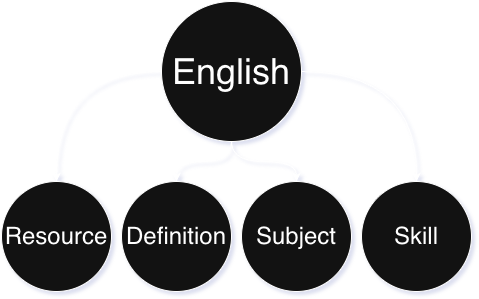
This is design/general.png from kashanimorteza/english_document, a draw.io export, as it was before one commit. Source tidied: cells renumbered, new cells last; positions are measured from the earlier drawing's top-left corner, leaving out a move shared by most shapes.
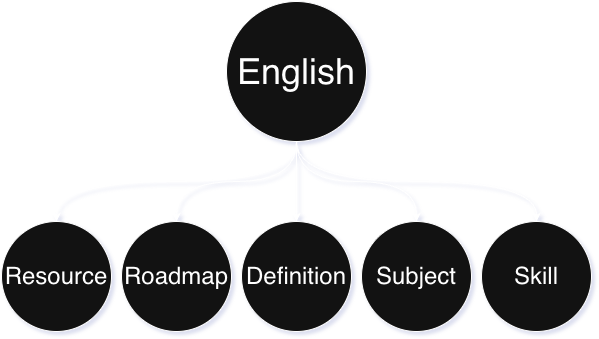
After the commit.

What changed in the source:
```diff
@@ -2,20 +2,20 @@
   <root>
     <mxCell id="0" />
     <mxCell id="1" parent="0" />
-    <mxCell id="2" style="edgeStyle=orthogonalEdgeStyle;rounded=0;jettySize=auto;html=1;curved=1;" parent="1" edge="1" source="6" target="7">
+    <mxCell id="2" style="edgeStyle=orthogonalEdgeStyle;rounded=0;jettySize=auto;html=1;curved=1;exitX=0.5;exitY=1;exitDx=0;exitDy=0;" parent="1" edge="1" source="6" target="7">
       <mxGeometry relative="1" as="geometry" />
     </mxCell>
-    <mxCell id="3" style="edgeStyle=orthogonalEdgeStyle;rounded=0;jettySize=auto;html=1;curved=1;" parent="1" edge="1" source="6" target="8">
+    <mxCell id="3" style="edgeStyle=orthogonalEdgeStyle;rounded=0;jettySize=auto;html=1;curved=1;exitX=0.5;exitY=1;exitDx=0;exitDy=0;" parent="1" edge="1" source="6" target="8">
       <mxGeometry relative="1" as="geometry" />
     </mxCell>
     <mxCell id="4" style="edgeStyle=orthogonalEdgeStyle;rounded=0;jettySize=auto;html=1;curved=1;" parent="1" edge="1" source="6" target="9">
       <mxGeometry relative="1" as="geometry" />
     </mxCell>
-    <mxCell id="5" style="edgeStyle=orthogonalEdgeStyle;rounded=0;jettySize=auto;html=1;strokeColor=default;align=center;verticalAlign=middle;fontFamily=Helvetica;fontSize=11;fontColor=default;labelBackgroundColor=default;endArrow=classic;curved=1;" parent="1" edge="1" source="6" target="10">
+    <mxCell id="5" style="edgeStyle=orthogonalEdgeStyle;rounded=0;jettySize=auto;html=1;strokeColor=default;align=center;verticalAlign=middle;fontFamily=Helvetica;fontSize=11;fontColor=default;labelBackgroundColor=default;endArrow=classic;curved=1;exitX=0.5;exitY=1;exitDx=0;exitDy=0;" parent="1" edge="1" source="6" target="10">
       <mxGeometry relative="1" as="geometry" />
     </mxCell>
     <mxCell id="6" value="&lt;font style=&quot;font-size: 36px;&quot;&gt;English&lt;/font&gt;" style="ellipse;whiteSpace=wrap;html=1;" parent="1" vertex="1">
-      <mxGeometry x="160" width="140" height="140" as="geometry" />
+      <mxGeometry x="105" y="-40" width="140" height="140" as="geometry" />
     </mxCell>
     <mxCell id="7" value="Subject" style="ellipse;whiteSpace=wrap;html=1;fontSize=24;" parent="1" vertex="1">
       <mxGeometry x="240" y="180" width="110" height="110" as="geometry" />
@@ -27,7 +27,13 @@
       <mxGeometry x="120" y="180" width="110" height="110" as="geometry" />
     </mxCell>
     <mxCell id="10" value="Resource" style="ellipse;whiteSpace=wrap;html=1;strokeColor=default;align=center;verticalAlign=middle;fontFamily=Helvetica;fontSize=24;fontColor=default;fillColor=default;" parent="1" vertex="1">
-      <mxGeometry y="180" width="110" height="110" as="geometry" />
+      <mxGeometry x="-120" y="180" width="110" height="110" as="geometry" />
     </mxCell>
+    <mxCell id="11" style="edgeStyle=orthogonalEdgeStyle;rounded=0;jettySize=auto;html=1;strokeColor=default;align=center;verticalAlign=middle;fontFamily=Helvetica;fontSize=11;fontColor=default;labelBackgroundColor=default;endArrow=classic;curved=1;exitX=0.5;exitY=1;exitDx=0;exitDy=0;" parent="1" edge="1" source="6" target="12">
+      <mxGeometry relative="1" as="geometry" />
+    </mxCell>
+    <mxCell id="12" value="Roadmap" style="ellipse;whiteSpace=wrap;html=1;strokeColor=default;align=center;verticalAlign=middle;fontFamily=Helvetica;fontSize=24;fontColor=default;fillColor=default;" parent="1" vertex="1">
+      <mxGeometry y="180" width="110" height="110" as="geometry" />
+    </mxCell>
   </root>
 </mxGraphModel>
```
